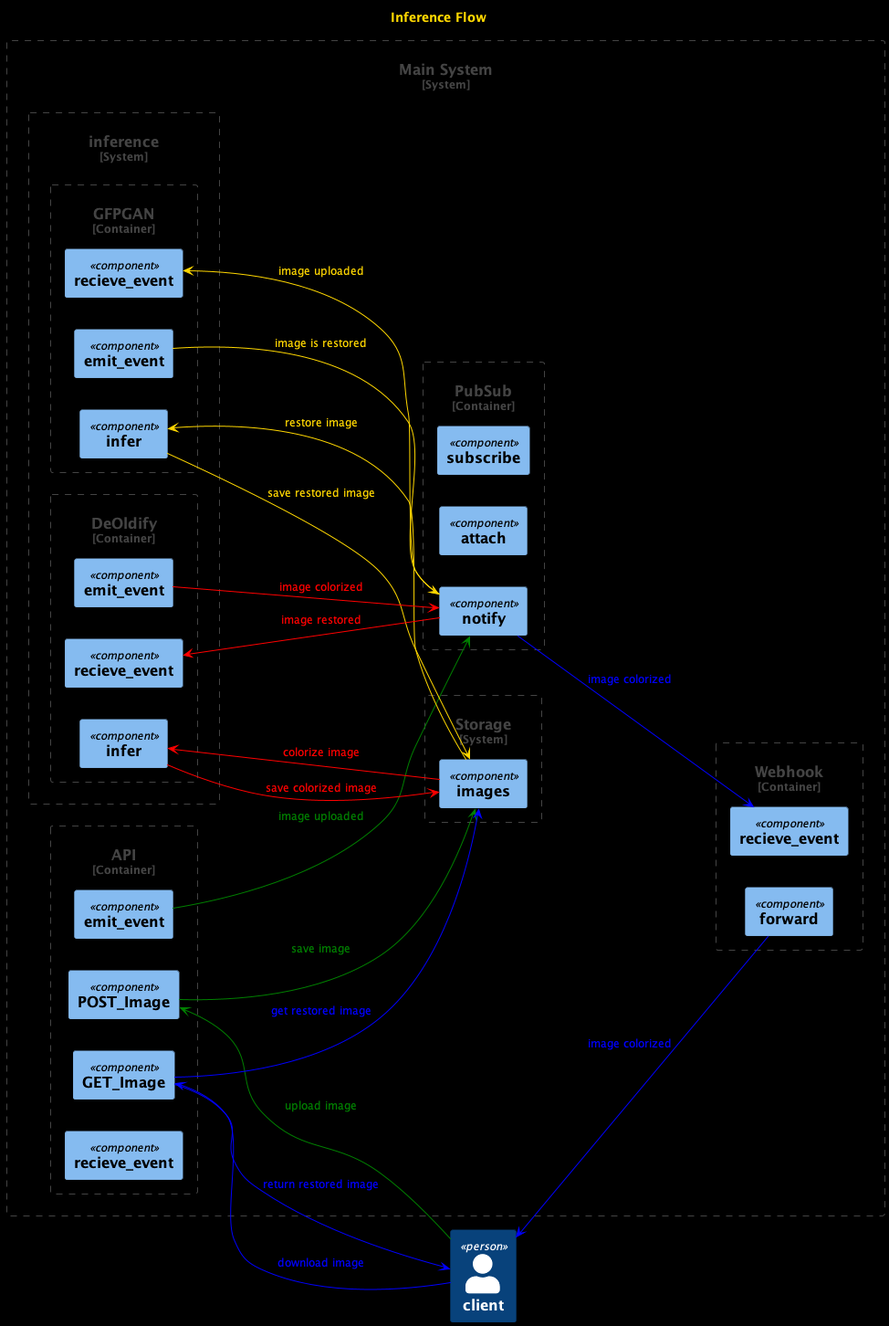
Before: planning/inference-flow.png, a diagram exported from PlantUML (maxamed1st/restoreai-py).
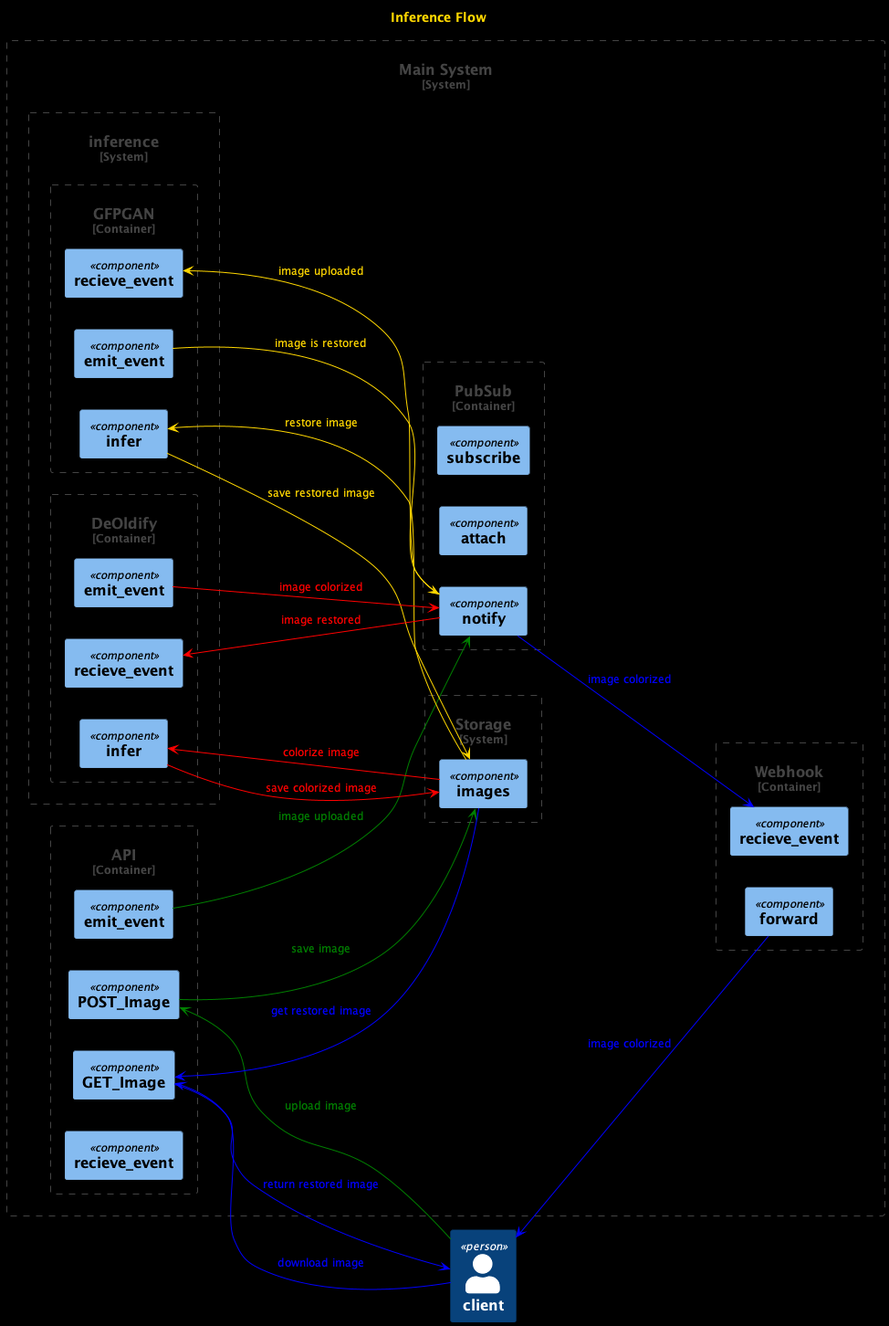
Above is the later version.

Commit message:
planning/ change arrow direction

The edit, as a diff of the source:
```diff
@@ -53,6 +53,10 @@
     }
   }
 
+  skinparam ArrowFontColor white
+  skinparam ArrowColor white
+
+
   skinparam ArrowFontColor green
   skinparam ArrowColor green
   client ---> api.postImg: "upload image"
@@ -75,7 +79,7 @@
   pubsub.notify ---> webhook.recieve: "image colorized"
   webhook.forward ---> client: "image colorized"
   client ---> api.getImg: "download image"
-  api.getImg ---> storage.images: "get restored image"
+  api.getImg <--- storage.images: "get restored image"
   api.getImg ---> client: "return restored image"
 }
 
```
